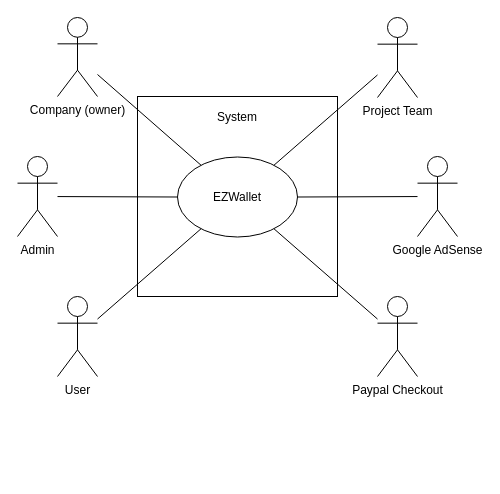
The draw.io diagram diagrams/DiagramDesignFiles/Context DiagramV2.drawio in pucciorenzo/softengTesting, before the edit. Source tidied: cells renumbered, new cells numbered last; positions are measured from the earlier drawing's top-left corner, leaving out a move shared by most shapes. Both pictures are drawn from the tidied source at 100%, with x=0, y=0 at pixel (17, 17).
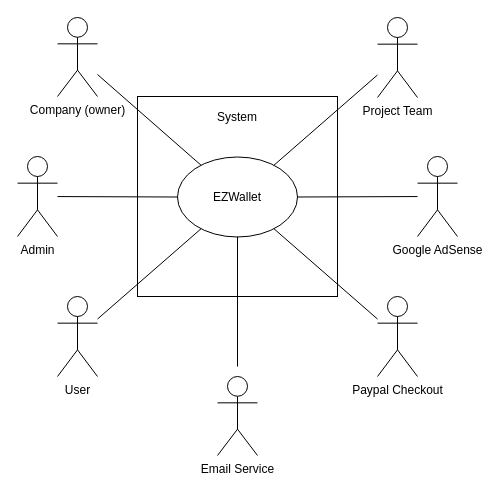
After the change.

Commit message (it also covers changes not shown here):
Context and Dep diagrams v2 added email service

Diff of the diagram source:
```diff
@@
 <mxGraphModel>
   <root>
     <mxCell id="0" />
     <mxCell id="1" parent="0" />
     <mxCell id="2" style="rounded=0;whiteSpace=wrap;html=1;" parent="1" vertex="1">
       <mxGeometry x="120" y="79" width="200" height="200" as="geometry" />
     </mxCell>
     <mxCell id="3" value="EZWallet" style="ellipse;whiteSpace=wrap;html=1;" parent="1" vertex="1">
       <mxGeometry x="160" y="139.5" width="120" height="80" as="geometry" />
     </mxCell>
     <mxCell id="4" value="User" style="shape=umlActor;verticalLabelPosition=bottom;verticalAlign=top;html=1;outlineConnect=0;" parent="1" vertex="1">
       <mxGeometry x="40" y="279" width="40" height="80" as="geometry" />
     </mxCell>
     <mxCell id="5" value="Project Team" style="shape=umlActor;verticalLabelPosition=bottom;verticalAlign=top;html=1;outlineConnect=0;" parent="1" vertex="1">
       <mxGeometry x="360" width="40" height="80" as="geometry" />
     </mxCell>
     <mxCell id="6" value="Company (owner)" style="shape=umlActor;verticalLabelPosition=bottom;verticalAlign=top;html=1;outlineConnect=0;" parent="1" vertex="1">
       <mxGeometry x="40" width="40" height="79" as="geometry" />
     </mxCell>
     <mxCell id="7" value="System" style="text;html=1;strokeColor=none;fillColor=none;align=center;verticalAlign=middle;whiteSpace=wrap;rounded=0;" parent="1" vertex="1">
       <mxGeometry x="180" y="79" width="80" height="41" as="geometry" />
     </mxCell>
     <mxCell id="8" style="endArrow=none;html=1;rounded=0;" parent="1" edge="1" source="3" target="4">
       <mxGeometry relative="1" as="geometry" />
     </mxCell>
     <mxCell id="9" style="endArrow=none;html=1;rounded=0;" parent="1" edge="1" source="3" target="6">
       <mxGeometry relative="1" as="geometry" />
     </mxCell>
     <mxCell id="10" style="endArrow=none;html=1;rounded=0;" parent="1" edge="1" source="3" target="5">
       <mxGeometry relative="1" as="geometry" />
     </mxCell>
     <mxCell id="11" value="Admin" style="shape=umlActor;verticalLabelPosition=bottom;verticalAlign=top;html=1;outlineConnect=0;" parent="1" vertex="1">
       <mxGeometry y="139" width="40" height="80" as="geometry" />
     </mxCell>
     <mxCell id="12" value="Google AdSense" style="shape=umlActor;verticalLabelPosition=bottom;verticalAlign=top;html=1;outlineConnect=0;" parent="1" vertex="1">
       <mxGeometry x="400" y="139" width="40" height="80" as="geometry" />
     </mxCell>
     <mxCell id="13" value="Paypal Checkout" style="shape=umlActor;verticalLabelPosition=bottom;verticalAlign=top;html=1;outlineConnect=0;" parent="1" vertex="1">
       <mxGeometry x="360" y="279" width="40" height="80" as="geometry" />
     </mxCell>
     <mxCell id="14" style="endArrow=none;html=1;rounded=0;" parent="1" edge="1" source="11" target="3">
       <mxGeometry relative="1" as="geometry" />
     </mxCell>
     <mxCell id="15" style="endArrow=none;html=1;rounded=0;" parent="1" edge="1" source="3" target="12">
       <mxGeometry relative="1" as="geometry" />
     </mxCell>
     <mxCell id="16" style="endArrow=none;html=1;rounded=0;" parent="1" edge="1" source="3" target="13">
       <mxGeometry relative="1" as="geometry" />
     </mxCell>
+    <mxCell id="17" value="&lt;div&gt;Email Service&lt;/div&gt;" style="shape=umlActor;verticalLabelPosition=bottom;verticalAlign=top;html=1;labelPosition=center;align=center;flipV=0;flipH=0;" parent="1" vertex="1">
+      <mxGeometry x="200" y="359" width="40" height="79" as="geometry" />
+    </mxCell>
+    <mxCell id="18" style="endArrow=none;html=1;rounded=0;" parent="1" edge="1">
+      <mxGeometry relative="1" as="geometry">
+        <mxPoint x="220" y="219" as="sourcePoint" />
+        <mxPoint x="220" y="349" as="targetPoint" />
+      </mxGeometry>
+    </mxCell>
   </root>
 </mxGraphModel>
```
